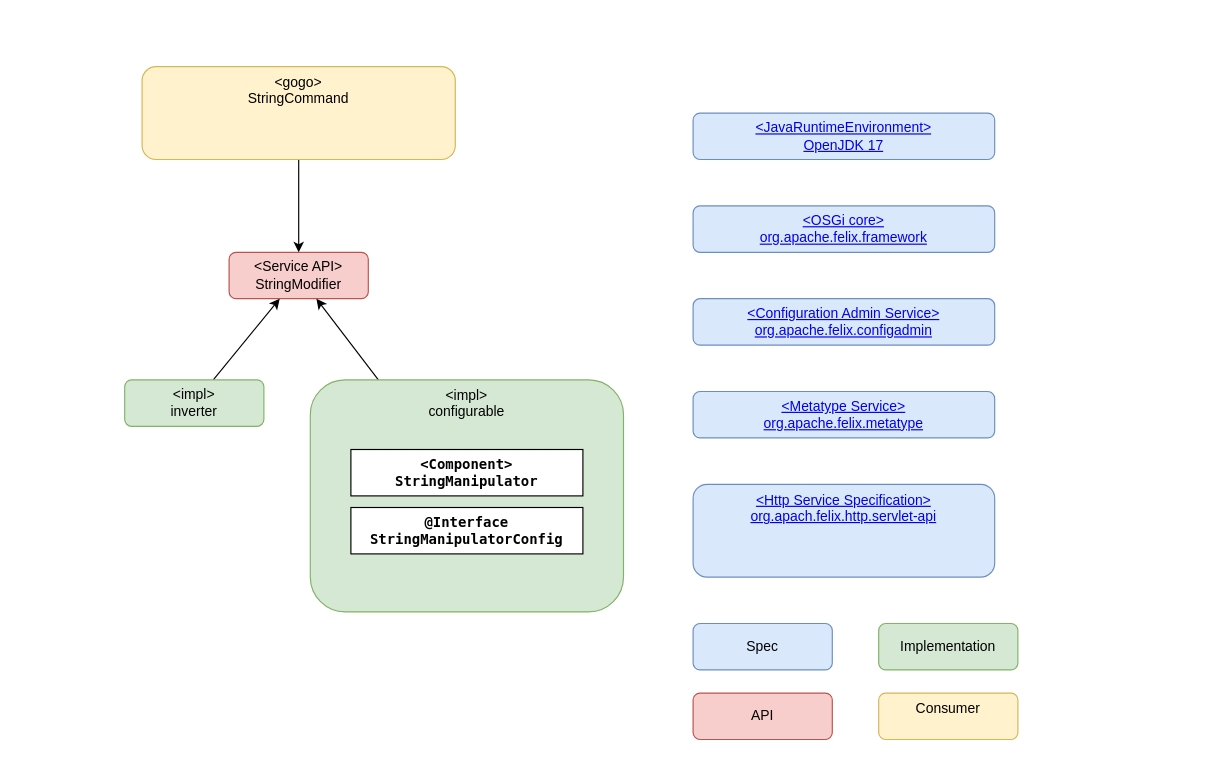
The draw.io diagram overview.drawio in peterkir/ece2016, before the edit. Source tidied: cells renumbered, new cells numbered last; positions are measured from the earlier drawing's top-left corner, leaving out a move shared by most shapes. Both pictures are drawn from the tidied source at 116%, with x=0, y=0 at pixel (124, 66).
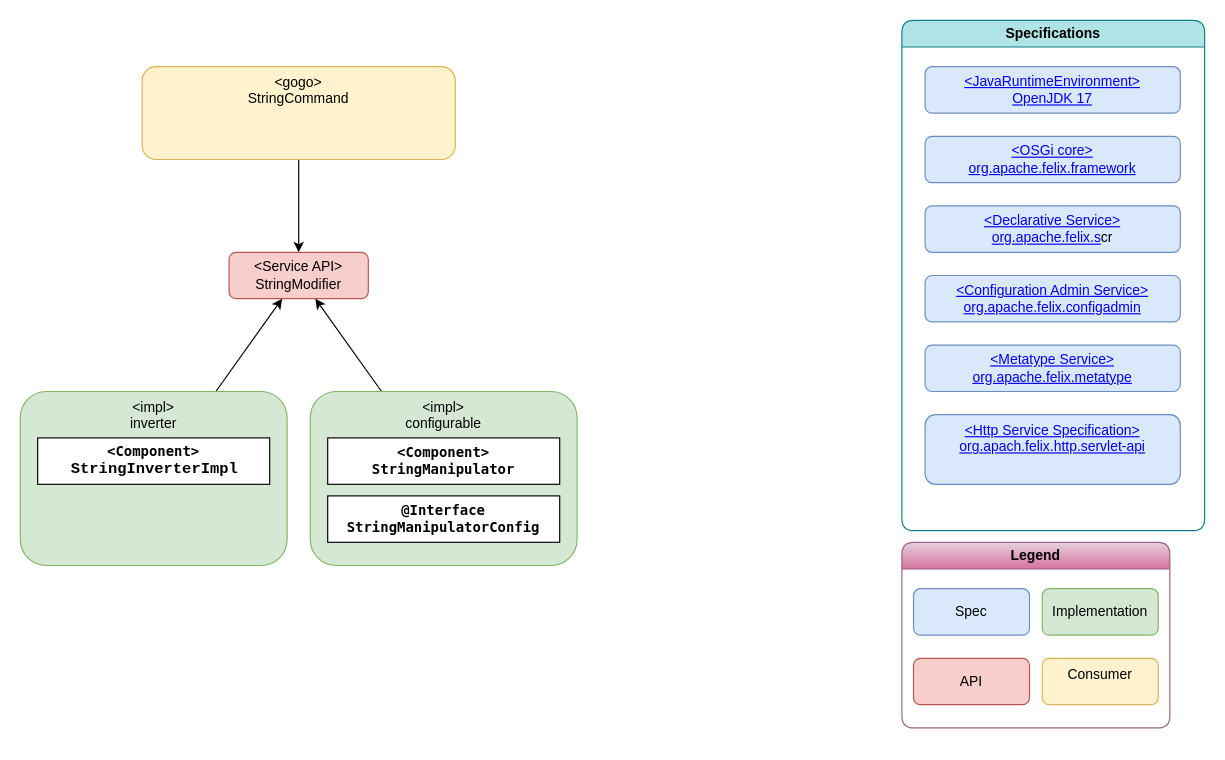
The same diagram, later.

Diff of the diagram source:
```diff
@@
-    <mxCell id="4" value="&amp;lt;impl&amp;gt;&lt;br&gt;inverter" style="rounded=1;whiteSpace=wrap;html=1;fillColor=#d5e8d4;strokeColor=#82b366;" parent="1" vertex="1">
-      <mxGeometry y="270" width="120" height="40" as="geometry" />
+    <mxCell id="4" value="&amp;lt;impl&amp;gt;&lt;br&gt;inverter" style="rounded=1;whiteSpace=wrap;html=1;fillColor=#d5e8d4;strokeColor=#82b366;verticalAlign=top;align=center;fontFamily=Helvetica;fontSize=12;fontColor=default;" parent="1" vertex="1">
+      <mxGeometry x="-90" y="280" width="230" height="150" as="geometry" />
     </mxCell>
-    <mxCell id="5" value="&lt;a href=&quot;https://docs.osgi.org/specification/osgi.cmpn/8.0.0/service.cm.html&quot;&gt;&amp;lt;Configuration Admin Service&amp;gt;&lt;br&gt;org.apache.felix.configadmin&lt;/a&gt;" style="rounded=1;whiteSpace=wrap;html=1;fillColor=#dae8fc;strokeColor=#6c8ebf;" parent="1" vertex="1">
-      <mxGeometry x="490" y="200" width="260" height="40" as="geometry" />
-    </mxCell>
-    <mxCell id="6" value="&lt;a href=&quot;https://docs.osgi.org/specification/osgi.cmpn/8.0.0/service.metatype.html&quot;&gt;&amp;lt;Metatype Service&amp;gt;&lt;br&gt;org.apache.felix.metatype&lt;/a&gt;" style="rounded=1;whiteSpace=wrap;html=1;fillColor=#dae8fc;strokeColor=#6c8ebf;" parent="1" vertex="1">
-      <mxGeometry x="490" y="280" width="260" height="40" as="geometry" />
-    </mxCell>
@@
     <mxCell id="8" value="&amp;lt;impl&amp;gt;&lt;br&gt;configurable" style="rounded=1;whiteSpace=wrap;html=1;verticalAlign=top;fillColor=#d5e8d4;strokeColor=#82b366;" parent="1" vertex="1">
-      <mxGeometry x="160" y="270" width="270" height="200" as="geometry" />
+      <mxGeometry x="160" y="280" width="230" height="150" as="geometry" />
     </mxCell>
     <mxCell id="9" value="@Interface&lt;br&gt;StringManipulatorConfig" style="rounded=0;whiteSpace=wrap;html=1;strokeColor=default;align=center;verticalAlign=middle;fontFamily=Lucida Console;fontSize=12;fontColor=default;fillColor=default;fontStyle=1;" parent="1" vertex="1">
-      <mxGeometry x="195" y="380" width="200" height="40" as="geometry" />
+      <mxGeometry x="175" y="370" width="200" height="40" as="geometry" />
     </mxCell>
-    <mxCell id="10" value="&lt;a href=&quot;https://docs.osgi.org/specification/osgi.core/8.0.0/&quot;&gt;&amp;lt;OSGi core&amp;gt;&lt;br&gt;org.apache.felix.framework&lt;/a&gt;" style="rounded=1;whiteSpace=wrap;html=1;fillColor=#dae8fc;strokeColor=#6c8ebf;" parent="1" vertex="1">
-      <mxGeometry x="490" y="120" width="260" height="40" as="geometry" />
-    </mxCell>
-    <mxCell id="11" value="&lt;a href=&quot;https://devdocs.io/openjdk~17/&quot;&gt;&amp;lt;JavaRuntimeEnvironment&amp;gt;&lt;br&gt;OpenJDK 17&lt;/a&gt;" style="rounded=1;whiteSpace=wrap;html=1;fillColor=#dae8fc;strokeColor=#6c8ebf;" parent="1" vertex="1">
-      <mxGeometry x="490" y="40" width="260" height="40" as="geometry" />
-    </mxCell>
@@
     <mxCell id="14" value="&amp;lt;Component&amp;gt;&lt;br&gt;StringManipulator" style="rounded=0;whiteSpace=wrap;html=1;strokeColor=default;align=center;verticalAlign=middle;fontFamily=Lucida Console;fontSize=12;fontColor=default;fillColor=default;fontStyle=1;" parent="1" vertex="1">
-      <mxGeometry x="195" y="330" width="200" height="40" as="geometry" />
+      <mxGeometry x="175" y="320" width="200" height="40" as="geometry" />
     </mxCell>
-    <mxCell id="15" value="&lt;a href=&quot;https://docs.osgi.org/specification/osgi.cmpn/8.0.0/service.http.html&quot;&gt;&amp;lt;Http Service Specification&amp;gt;&lt;br&gt;org.apach.felix.http.servlet-api&lt;/a&gt;" style="rounded=1;whiteSpace=wrap;html=1;fillColor=#dae8fc;strokeColor=#6c8ebf;verticalAlign=top;" parent="1" vertex="1">
-      <mxGeometry x="490" y="360" width="260" height="80" as="geometry" />
-    </mxCell>
+    <mxCell id="20" value="Legend" style="swimlane;whiteSpace=wrap;html=1;rounded=1;strokeColor=#996185;align=center;verticalAlign=middle;fontFamily=Helvetica;fontSize=12;labelBackgroundColor=none;fillColor=#e6d0de;gradientColor=#d5739d;" parent="1" vertex="1">
+      <mxGeometry x="670" y="410" width="231" height="160" as="geometry" />
+    </mxCell>
-    <mxCell id="16" value="API" style="rounded=1;whiteSpace=wrap;html=1;fillColor=#f8cecc;strokeColor=#b85450;" parent="1" vertex="1">
-      <mxGeometry x="490" y="540" width="120" height="40" as="geometry" />
+    <mxCell id="16" value="API" style="rounded=1;whiteSpace=wrap;html=1;fillColor=#f8cecc;strokeColor=#b85450;" parent="20" vertex="1">
+      <mxGeometry x="10" y="100" width="100" height="40" as="geometry" />
     </mxCell>
-    <mxCell id="17" value="Implementation" style="rounded=1;whiteSpace=wrap;html=1;fillColor=#d5e8d4;strokeColor=#82b366;" parent="1" vertex="1">
-      <mxGeometry x="650" y="480" width="120" height="40" as="geometry" />
+    <mxCell id="17" value="Implementation" style="rounded=1;whiteSpace=wrap;html=1;fillColor=#d5e8d4;strokeColor=#82b366;" parent="20" vertex="1">
+      <mxGeometry x="121" y="40" width="100" height="40" as="geometry" />
     </mxCell>
-    <mxCell id="18" value="Spec" style="rounded=1;whiteSpace=wrap;html=1;fillColor=#dae8fc;strokeColor=#6c8ebf;" parent="1" vertex="1">
-      <mxGeometry x="490" y="480" width="120" height="40" as="geometry" />
+    <mxCell id="18" value="Spec" style="rounded=1;whiteSpace=wrap;html=1;fillColor=#dae8fc;strokeColor=#6c8ebf;" parent="20" vertex="1">
+      <mxGeometry x="10" y="40" width="100" height="40" as="geometry" />
     </mxCell>
-    <mxCell id="19" value="Consumer" style="rounded=1;whiteSpace=wrap;html=1;verticalAlign=top;fillColor=#fff2cc;strokeColor=#d6b656;" parent="1" vertex="1">
-      <mxGeometry x="650" y="540" width="120" height="40" as="geometry" />
+    <mxCell id="19" value="Consumer" style="rounded=1;whiteSpace=wrap;html=1;verticalAlign=top;fillColor=#fff2cc;strokeColor=#d6b656;" parent="20" vertex="1">
+      <mxGeometry x="121" y="100" width="100" height="40" as="geometry" />
     </mxCell>
+    <mxCell id="21" value="&amp;lt;Component&amp;gt;&lt;br&gt;&lt;span style=&quot;padding: 0px 0px 0px 2px;&quot;&gt;&lt;span style=&quot;font-family: Consolas; font-size: 10pt; white-space: pre;&quot;&gt;&lt;span style=&quot;&quot;&gt;StringInverterImpl&lt;/span&gt;&lt;/span&gt;&lt;/span&gt;" style="rounded=0;whiteSpace=wrap;html=1;strokeColor=default;align=center;verticalAlign=middle;fontFamily=Lucida Console;fontSize=12;fontColor=default;fillColor=default;fontStyle=1;labelBackgroundColor=none;" parent="1" vertex="1">
+      <mxGeometry x="-75" y="320" width="200" height="40" as="geometry" />
+    </mxCell>
+    <mxCell id="22" value="Specifications" style="swimlane;whiteSpace=wrap;html=1;rounded=1;strokeColor=#0e8088;align=center;verticalAlign=middle;fontFamily=Helvetica;fontSize=12;labelBackgroundColor=none;fillColor=#b0e3e6;" parent="1" vertex="1">
+      <mxGeometry x="670" y="-40" width="261" height="440" as="geometry" />
+    </mxCell>
+    <mxCell id="5" value="&lt;a href=&quot;https://docs.osgi.org/specification/osgi.cmpn/8.0.0/service.cm.html&quot;&gt;&amp;lt;Configuration Admin Service&amp;gt;&lt;br&gt;org.apache.felix.configadmin&lt;/a&gt;" style="rounded=1;whiteSpace=wrap;html=1;fillColor=#dae8fc;strokeColor=#6c8ebf;" parent="22" vertex="1">
+      <mxGeometry x="20" y="220" width="220" height="40" as="geometry" />
+    </mxCell>
+    <mxCell id="6" value="&lt;a href=&quot;https://docs.osgi.org/specification/osgi.cmpn/8.0.0/service.metatype.html&quot;&gt;&amp;lt;Metatype Service&amp;gt;&lt;br&gt;org.apache.felix.metatype&lt;/a&gt;" style="rounded=1;whiteSpace=wrap;html=1;fillColor=#dae8fc;strokeColor=#6c8ebf;" parent="22" vertex="1">
+      <mxGeometry x="20" y="280" width="220" height="40" as="geometry" />
+    </mxCell>
+    <mxCell id="10" value="&lt;a href=&quot;https://docs.osgi.org/specification/osgi.core/8.0.0/&quot;&gt;&amp;lt;OSGi core&amp;gt;&lt;br&gt;org.apache.felix.framework&lt;/a&gt;" style="rounded=1;whiteSpace=wrap;html=1;fillColor=#dae8fc;strokeColor=#6c8ebf;" parent="22" vertex="1">
+      <mxGeometry x="20" y="100" width="220" height="40" as="geometry" />
+    </mxCell>
+    <mxCell id="11" value="&lt;a href=&quot;https://devdocs.io/openjdk~17/&quot;&gt;&amp;lt;JavaRuntimeEnvironment&amp;gt;&lt;br&gt;OpenJDK 17&lt;/a&gt;" style="rounded=1;whiteSpace=wrap;html=1;fillColor=#dae8fc;strokeColor=#6c8ebf;" parent="22" vertex="1">
+      <mxGeometry x="20" y="40" width="220" height="40" as="geometry" />
+    </mxCell>
+    <mxCell id="15" value="&lt;a href=&quot;https://docs.osgi.org/specification/osgi.cmpn/8.0.0/service.http.html&quot;&gt;&amp;lt;Http Service Specification&amp;gt;&lt;br&gt;org.apach.felix.http.servlet-api&lt;/a&gt;" style="rounded=1;whiteSpace=wrap;html=1;fillColor=#dae8fc;strokeColor=#6c8ebf;verticalAlign=top;" parent="22" vertex="1">
+      <mxGeometry x="20" y="340" width="220" height="60" as="geometry" />
+    </mxCell>
+    <mxCell id="23" value="&lt;a href=&quot;https://docs.osgi.org/specification/osgi.cmpn/8.0.0/service.component.html&quot;&gt;&amp;lt;Declarative Service&amp;gt;&lt;br&gt;org.apache.felix.s&lt;/a&gt;cr" style="rounded=1;whiteSpace=wrap;html=1;fillColor=#dae8fc;strokeColor=#6c8ebf;" parent="22" vertex="1">
+      <mxGeometry x="20" y="160" width="220" height="40" as="geometry" />
+    </mxCell>
```
